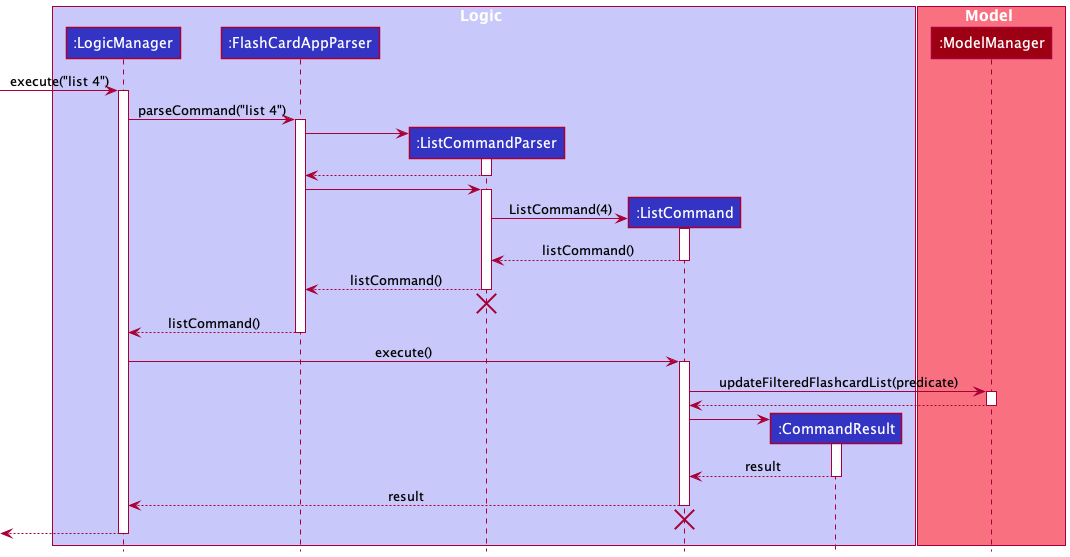
The PlantUML diagram docs/images/ListSequenceDiagram.png in sharmainec/tp, before a commit.
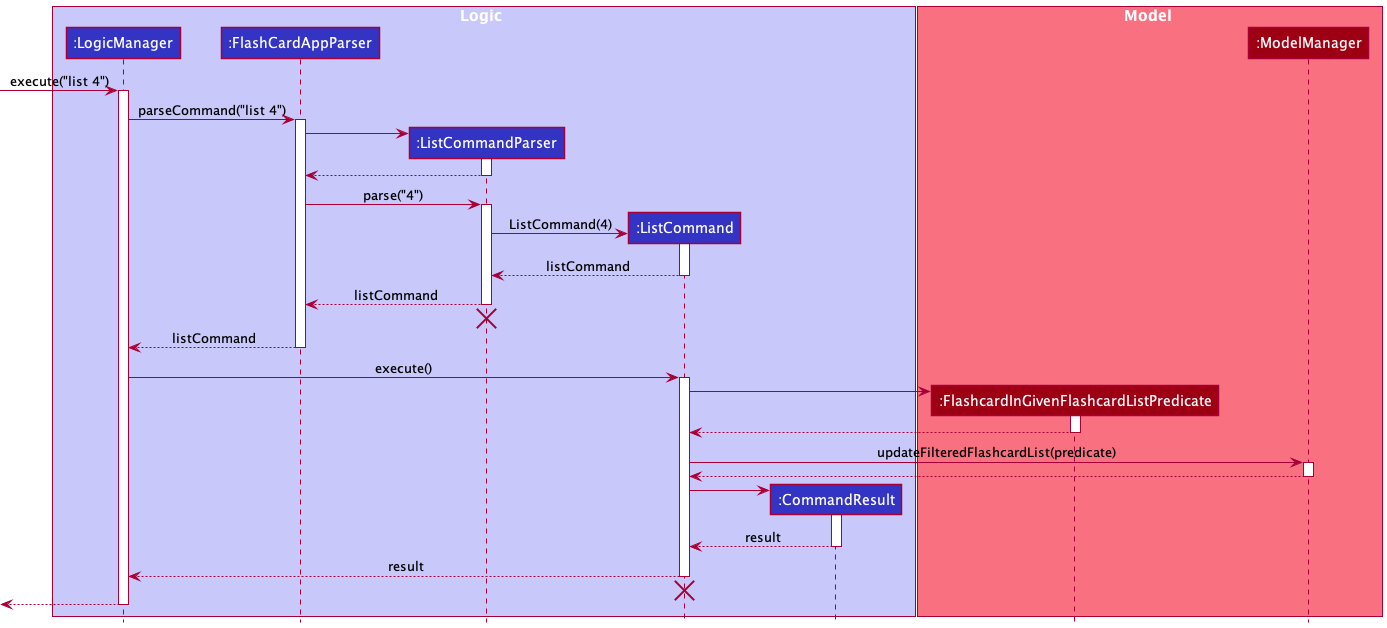
The same diagram one commit later.

What changed in the source:
```diff
@@ -10,6 +10,7 @@
 end box
 
 box Model MODEL_COLOR_T1
+participant ":FlashcardInGivenFlashcardListPredicate" as FlashcardInGivenFlashcardListPredicate MODEL_COLOR
 participant ":ModelManager" as ModelManager MODEL_COLOR
 end box
 
@@ -26,26 +27,33 @@
 ListCommandParser --> FlashCardAppParser
 deactivate ListCommandParser
 
-FlashCardAppParser -> ListCommandParser
+FlashCardAppParser -> ListCommandParser:parse("4")
 activate ListCommandParser
 
 create ListCommand
 ListCommandParser -> ListCommand:ListCommand(4)
 activate ListCommand
 
-ListCommand --> ListCommandParser : listCommand()
+ListCommand --> ListCommandParser : listCommand
 deactivate ListCommand
 
-ListCommandParser --> FlashCardAppParser : listCommand()
+ListCommandParser --> FlashCardAppParser : listCommand
 deactivate ListCommandParser
 ListCommandParser -[hidden]-> FlashCardAppParser
 destroy ListCommandParser
 
-FlashCardAppParser --> LogicManager : listCommand()
+FlashCardAppParser --> LogicManager : listCommand
 deactivate FlashCardAppParser
 
 LogicManager -> ListCommand : execute()
 activate ListCommand
+
+create FlashcardInGivenFlashcardListPredicate
+ListCommand -> FlashcardInGivenFlashcardListPredicate:
+activate FlashcardInGivenFlashcardListPredicate
+
+FlashcardInGivenFlashcardListPredicate --> ListCommand
+deactivate FlashcardInGivenFlashcardListPredicate
 
 ListCommand -> ModelManager : updateFilteredFlashcardList(predicate)
 activate ModelManager
```
